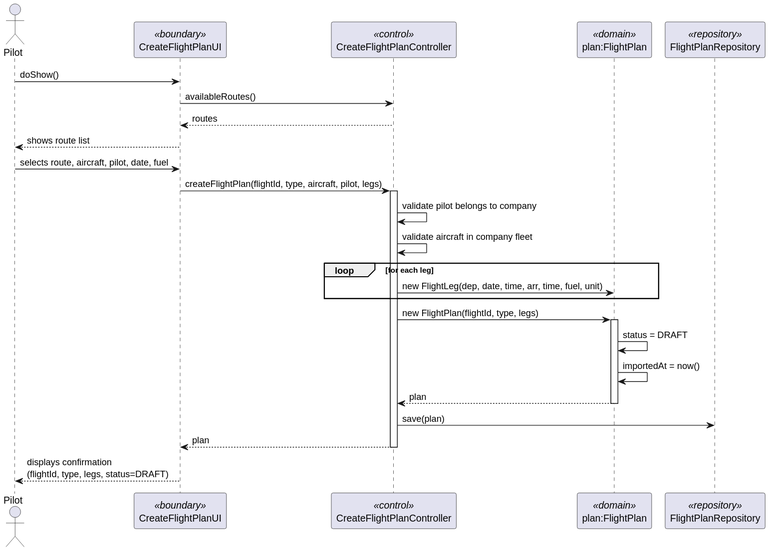
This is docs/Sprint 3/EAPLI/US080/svg/US080-sequence-diagram.svg from DuartePinto1240/sem4pi2526-sem4pi2526_2da2, a PlantUML export, as it was before one commit. Source of this version:
```plantuml
@startuml
actor Pilot
participant CreateFlightPlanUI as UI <<boundary>>
participant CreateFlightPlanController as CTRL <<control>>
participant "plan:FlightPlan" as PLAN <<domain>>
participant FlightPlanRepository as REPO <<repository>>

Pilot -> UI : doShow()
UI -> CTRL : availableRoutes()
CTRL --> UI : routes
UI --> Pilot : shows route list

Pilot -> UI : selects route, aircraft, pilot, date, fuel
UI -> CTRL : createFlightPlan(flightId, type, aircraft, pilot, legs)
activate CTRL

CTRL -> CTRL : validate pilot belongs to company
CTRL -> CTRL : validate aircraft in company fleet

loop for each leg
    CTRL -> PLAN : new FlightLeg(dep, date, time, arr, time, fuel, unit)
end

CTRL -> PLAN : new FlightPlan(flightId, type, legs)
activate PLAN
PLAN -> PLAN : status = DRAFT
PLAN -> PLAN : importedAt = now()
PLAN --> CTRL : plan
deactivate PLAN

CTRL -> REPO : save(plan)
CTRL --> UI : plan
deactivate CTRL

UI --> Pilot : displays confirmation\n(flightId, type, legs, status=DRAFT)
@enduml
```
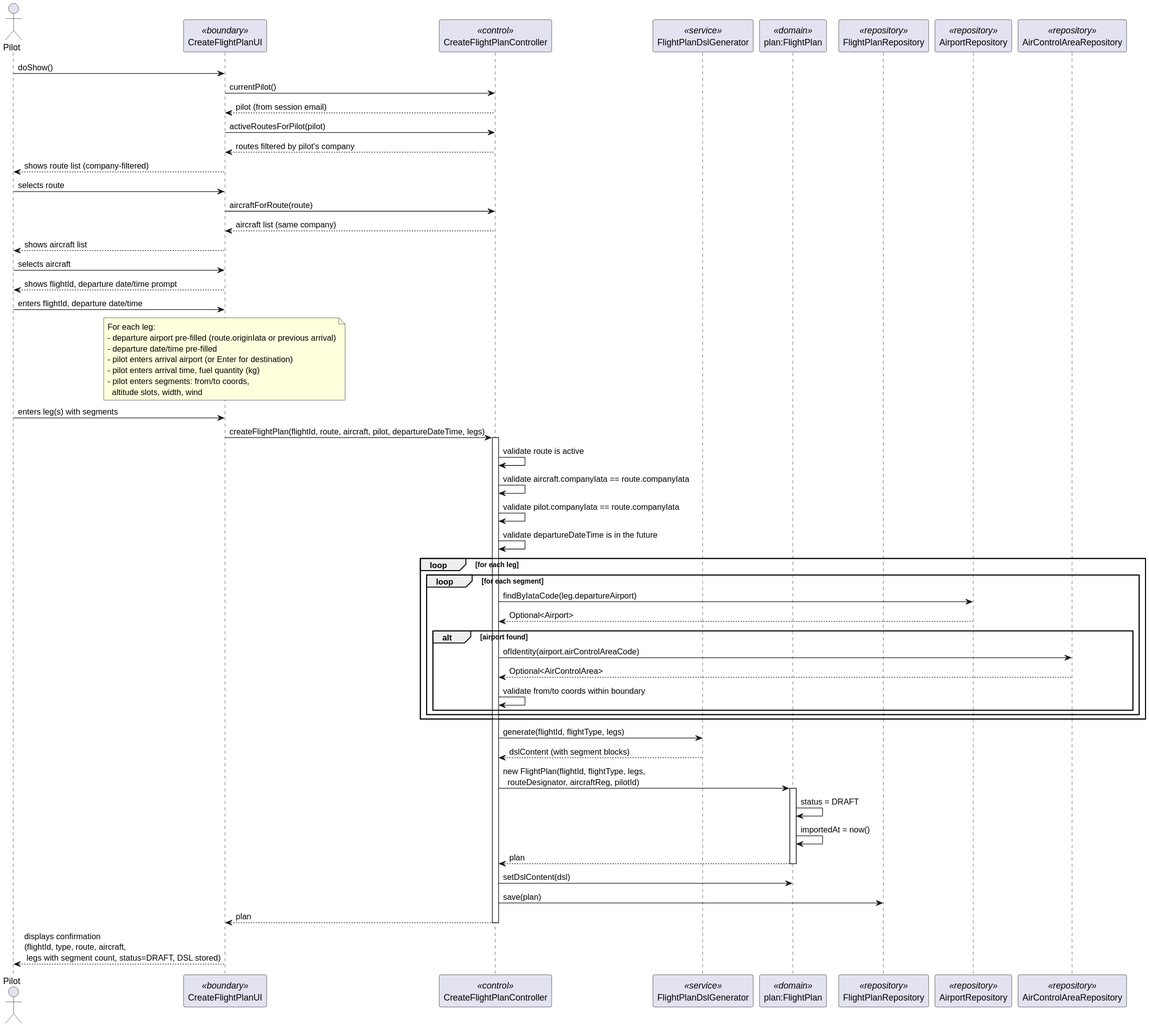
The same file after the commit.

Diff of the diagram source:
```diff
@@ -2,35 +2,77 @@
 actor Pilot
 participant CreateFlightPlanUI as UI <<boundary>>
 participant CreateFlightPlanController as CTRL <<control>>
+participant FlightPlanDslGenerator as DSL <<service>>
 participant "plan:FlightPlan" as PLAN <<domain>>
 participant FlightPlanRepository as REPO <<repository>>
+participant AirportRepository as AREPO <<repository>>
+participant AirControlAreaRepository as ACREPO <<repository>>
 
 Pilot -> UI : doShow()
-UI -> CTRL : availableRoutes()
-CTRL --> UI : routes
-UI --> Pilot : shows route list
 
-Pilot -> UI : selects route, aircraft, pilot, date, fuel
-UI -> CTRL : createFlightPlan(flightId, type, aircraft, pilot, legs)
+UI -> CTRL : currentPilot()
+CTRL --> UI : pilot (from session email)
+
+UI -> CTRL : activeRoutesForPilot(pilot)
+CTRL --> UI : routes filtered by pilot's company
+
+UI --> Pilot : shows route list (company-filtered)
+Pilot -> UI : selects route
+
+UI -> CTRL : aircraftForRoute(route)
+CTRL --> UI : aircraft list (same company)
+UI --> Pilot : shows aircraft list
+Pilot -> UI : selects aircraft
+
+UI --> Pilot : shows flightId, departure date/time prompt
+Pilot -> UI : enters flightId, departure date/time
+
+note over UI
+  For each leg:
+  - departure airport pre-filled (route.originIata or previous arrival)
+  - departure date/time pre-filled
+  - pilot enters arrival airport (or Enter for destination)
+  - pilot enters arrival time, fuel quantity (kg)
+  - pilot enters segments: from/to coords,
+    altitude slots, width, wind
+end note
+
+Pilot -> UI : enters leg(s) with segments
+
+UI -> CTRL : createFlightPlan(flightId, route, aircraft, pilot, departureDateTime, legs)
 activate CTRL
 
-CTRL -> CTRL : validate pilot belongs to company
-CTRL -> CTRL : validate aircraft in company fleet
+CTRL -> CTRL : validate route is active
+CTRL -> CTRL : validate aircraft.companyIata == route.companyIata
+CTRL -> CTRL : validate pilot.companyIata == route.companyIata
+CTRL -> CTRL : validate departureDateTime is in the future
 
 loop for each leg
-    CTRL -> PLAN : new FlightLeg(dep, date, time, arr, time, fuel, unit)
+    loop for each segment
+        CTRL -> AREPO : findByIataCode(leg.departureAirport)
+        AREPO --> CTRL : Optional<Airport>
+        alt airport found
+            CTRL -> ACREPO : ofIdentity(airport.airControlAreaCode)
+            ACREPO --> CTRL : Optional<AirControlArea>
+            CTRL -> CTRL : validate from/to coords within boundary
+        end
+    end
 end
 
-CTRL -> PLAN : new FlightPlan(flightId, type, legs)
+CTRL -> DSL : generate(flightId, flightType, legs)
+DSL --> CTRL : dslContent (with segment blocks)
+
+CTRL -> PLAN : new FlightPlan(flightId, flightType, legs,\n  routeDesignator, aircraftReg, pilotId)
 activate PLAN
 PLAN -> PLAN : status = DRAFT
 PLAN -> PLAN : importedAt = now()
 PLAN --> CTRL : plan
 deactivate PLAN
 
+CTRL -> PLAN : setDslContent(dsl)
 CTRL -> REPO : save(plan)
 CTRL --> UI : plan
 deactivate CTRL
 
-UI --> Pilot : displays confirmation\n(flightId, type, legs, status=DRAFT)
+UI --> Pilot : displays confirmation\n(flightId, type, route, aircraft,\n legs with segment count, status=DRAFT, DSL stored)
 @enduml
```
